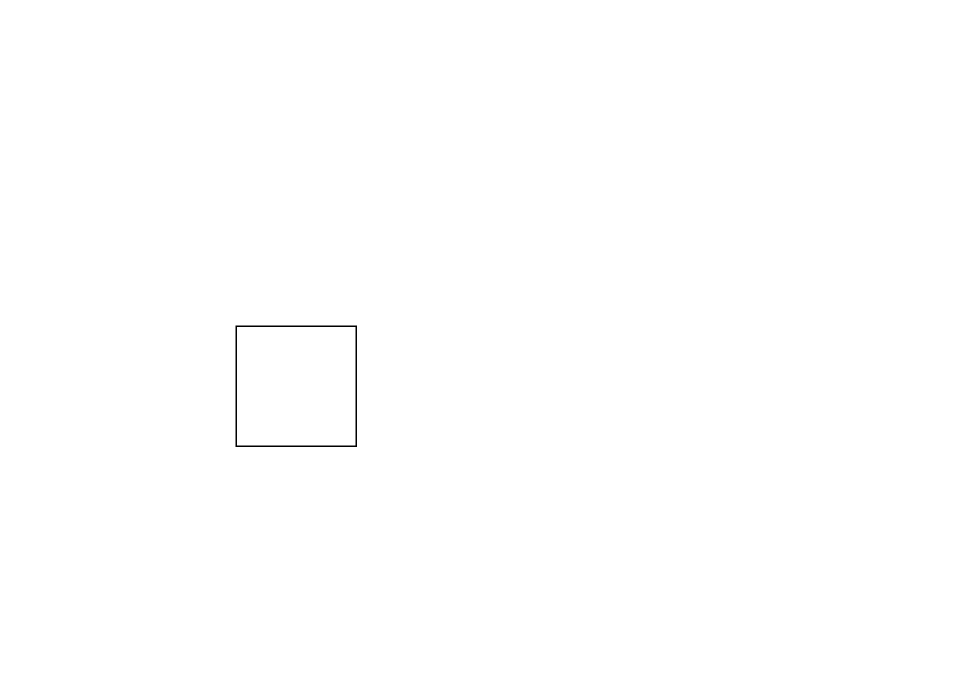
The draw.io diagram Untitled Diagram.drawio in saikiranify/springboot-with-docker, before the edit. Source tidied: cells renumbered, new cells numbered last; positions are measured from the earlier drawing's top-left corner, leaving out a move shared by most shapes. Both pictures are drawn from the tidied source at 150%, with x=0, y=0 at pixel (236, 326).
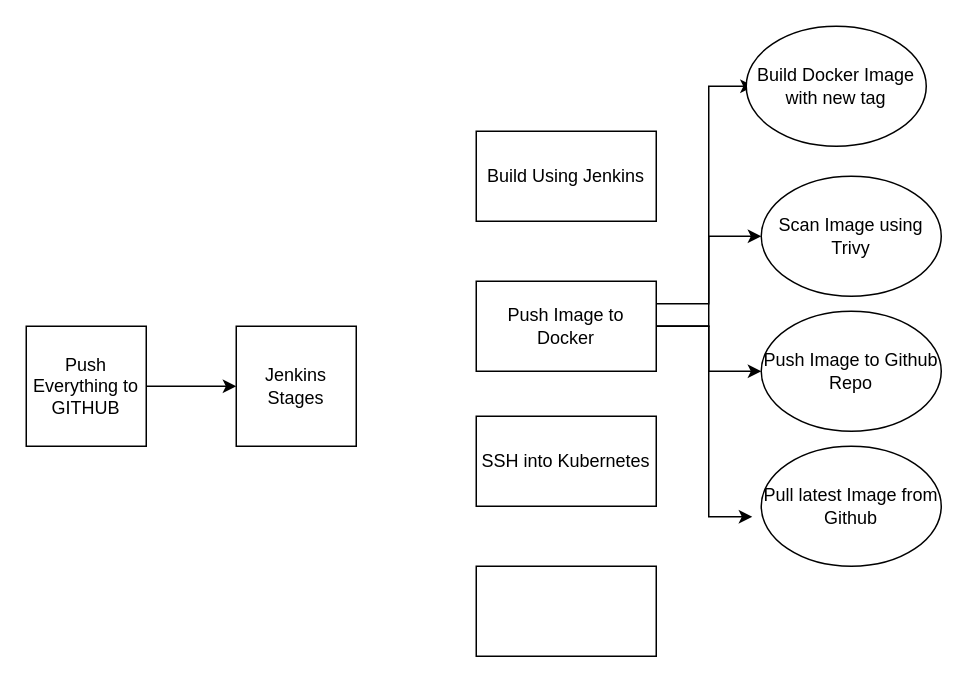
The same diagram, later.

Change to the diagram source:
```diff
@@
-    <mxCell id="2" style="whiteSpace=wrap;html=1;" parent="1" vertex="1">
+    <mxCell id="2" value="Jenkins Stages" style="whiteSpace=wrap;html=1;" parent="1" vertex="1">
       <mxGeometry width="80" height="80" as="geometry" />
     </mxCell>
+    <mxCell id="3" style="edgeStyle=orthogonalEdgeStyle;rounded=0;jettySize=auto;html=1;exitX=1;exitY=0.5;exitDx=0;exitDy=0;entryX=0;entryY=0.5;entryDx=0;entryDy=0;" parent="1" edge="1" source="4" target="2">
+      <mxGeometry relative="1" as="geometry" />
+    </mxCell>
+    <mxCell id="4" value="Push Everything to GITHUB" style="whiteSpace=wrap;html=1;" parent="1" vertex="1">
+      <mxGeometry x="-140" width="80" height="80" as="geometry" />
+    </mxCell>
+    <mxCell id="5" value="Build Using Jenkins" style="rounded=0;whiteSpace=wrap;html=1;" parent="1" vertex="1">
+      <mxGeometry x="160" y="-130" width="120" height="60" as="geometry" />
+    </mxCell>
+    <mxCell id="6" style="edgeStyle=orthogonalEdgeStyle;rounded=0;jettySize=auto;html=1;exitX=1;exitY=0.5;exitDx=0;exitDy=0;entryX=0;entryY=0.5;entryDx=0;entryDy=0;" parent="1" edge="1" source="10" target="13">
+      <mxGeometry relative="1" as="geometry" />
+    </mxCell>
+    <mxCell id="7" style="edgeStyle=orthogonalEdgeStyle;rounded=0;jettySize=auto;html=1;exitX=1;exitY=0.75;exitDx=0;exitDy=0;entryX=0;entryY=0.5;entryDx=0;entryDy=0;" parent="1" edge="1" source="10" target="14">
+      <mxGeometry relative="1" as="geometry">
+        <Array as="points">
+          <mxPoint x="280" />
+          <mxPoint x="315" />
+          <mxPoint x="315" y="30" />
+        </Array>
+      </mxGeometry>
+    </mxCell>
+    <mxCell id="8" style="edgeStyle=orthogonalEdgeStyle;rounded=0;orthogonalLoop=1;jettySize=auto;html=1;exitX=1;exitY=0.75;exitDx=0;exitDy=0;entryX=-0.025;entryY=0.588;entryDx=0;entryDy=0;entryPerimeter=0;" parent="1" edge="1">
+      <mxGeometry relative="1" as="geometry">
+        <mxPoint x="277" y="15" as="sourcePoint" />
+        <mxPoint x="344" y="127" as="targetPoint" />
+        <Array as="points">
+          <mxPoint x="275" y="15" />
+          <mxPoint x="275" />
+          <mxPoint x="315" />
+          <mxPoint x="315" y="127" />
+        </Array>
+      </mxGeometry>
+    </mxCell>
+    <mxCell id="9" style="edgeStyle=orthogonalEdgeStyle;rounded=0;orthogonalLoop=1;jettySize=auto;html=1;exitX=1;exitY=0.25;exitDx=0;exitDy=0;entryX=0;entryY=0.5;entryDx=0;entryDy=0;" parent="1" edge="1">
+      <mxGeometry relative="1" as="geometry">
+        <mxPoint x="234" y="-15" as="sourcePoint" />
+        <mxPoint x="345" y="-160" as="targetPoint" />
+        <Array as="points">
+          <mxPoint x="315" y="-15" />
+          <mxPoint x="315" y="-160" />
+        </Array>
+      </mxGeometry>
+    </mxCell>
+    <mxCell id="10" value="Push Image to Docker" style="rounded=0;whiteSpace=wrap;html=1;" parent="1" vertex="1">
+      <mxGeometry x="160" y="-30" width="120" height="60" as="geometry" />
+    </mxCell>
+    <mxCell id="11" value="SSH into Kubernetes" style="rounded=0;whiteSpace=wrap;html=1;" parent="1" vertex="1">
+      <mxGeometry x="160" y="60" width="120" height="60" as="geometry" />
+    </mxCell>
+    <mxCell id="12" style="rounded=0;whiteSpace=wrap;html=1;" parent="1" vertex="1">
+      <mxGeometry x="160" y="160" width="120" height="60" as="geometry" />
+    </mxCell>
+    <mxCell id="13" value="Scan Image using Trivy" style="ellipse;whiteSpace=wrap;html=1;" parent="1" vertex="1">
+      <mxGeometry x="350" y="-100" width="120" height="80" as="geometry" />
+    </mxCell>
+    <mxCell id="14" value="Push Image to Github Repo" style="ellipse;whiteSpace=wrap;html=1;" parent="1" vertex="1">
+      <mxGeometry x="350" y="-10" width="120" height="80" as="geometry" />
+    </mxCell>
+    <mxCell id="15" value="Pull latest Image from Github" style="ellipse;whiteSpace=wrap;html=1;" parent="1" vertex="1">
+      <mxGeometry x="350" y="80" width="120" height="80" as="geometry" />
+    </mxCell>
+    <mxCell id="16" value="&lt;span&gt;Build Docker Image with new tag&lt;/span&gt;" style="ellipse;whiteSpace=wrap;html=1;" parent="1" vertex="1">
+      <mxGeometry x="340" y="-200" width="120" height="80" as="geometry" />
+    </mxCell>
```
